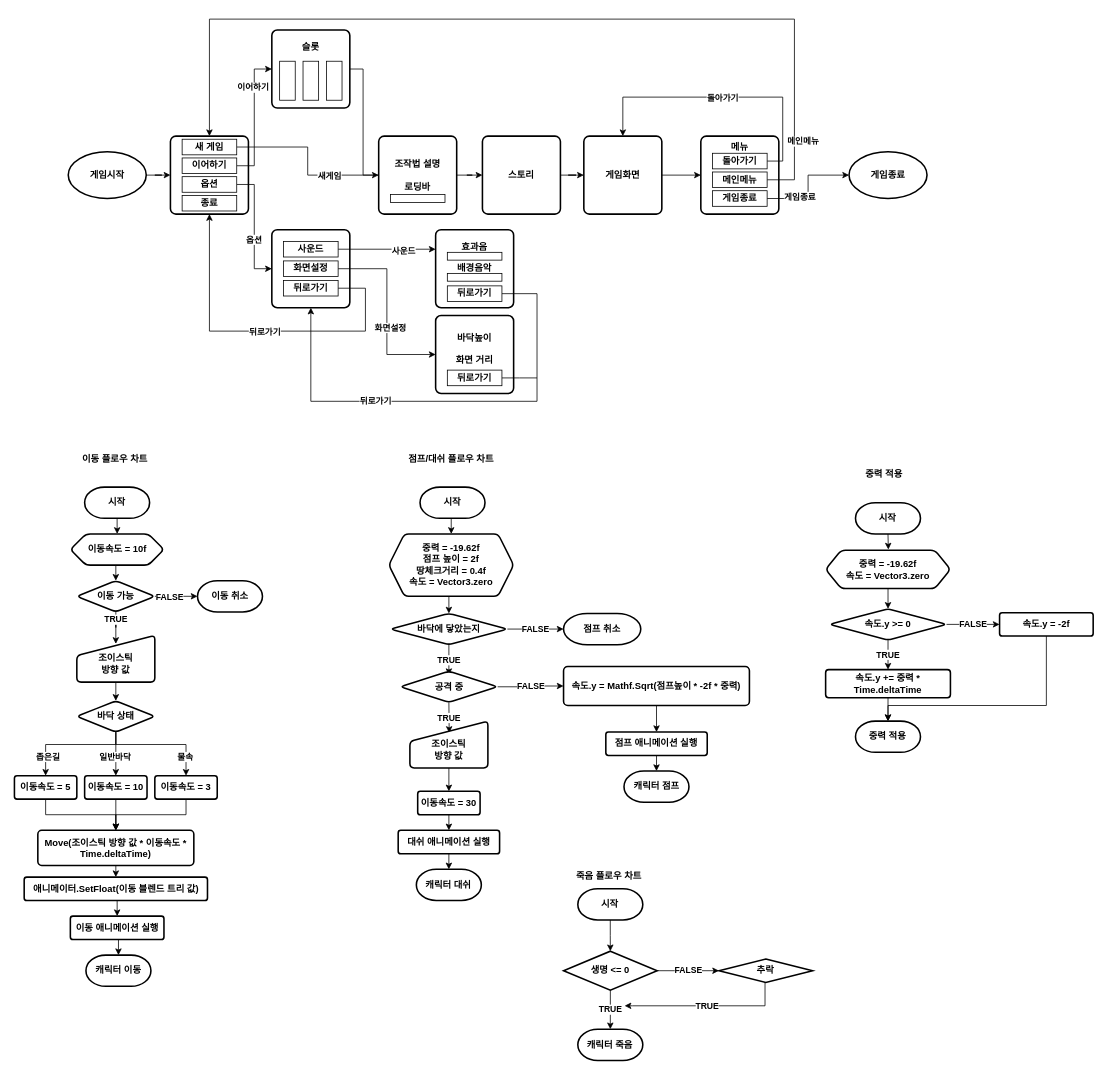
imjae/Holymole_Lee keeps this draw.io diagram as Untitled Diagram.drawio. Above is the earlier version. Source tidied: cells renumbered, new cells numbered last; positions are measured from the earlier drawing's top-left corner, leaving out a move shared by most shapes. Both pictures are drawn from the tidied source at 78%, with x=0, y=0 at pixel (14, 19).
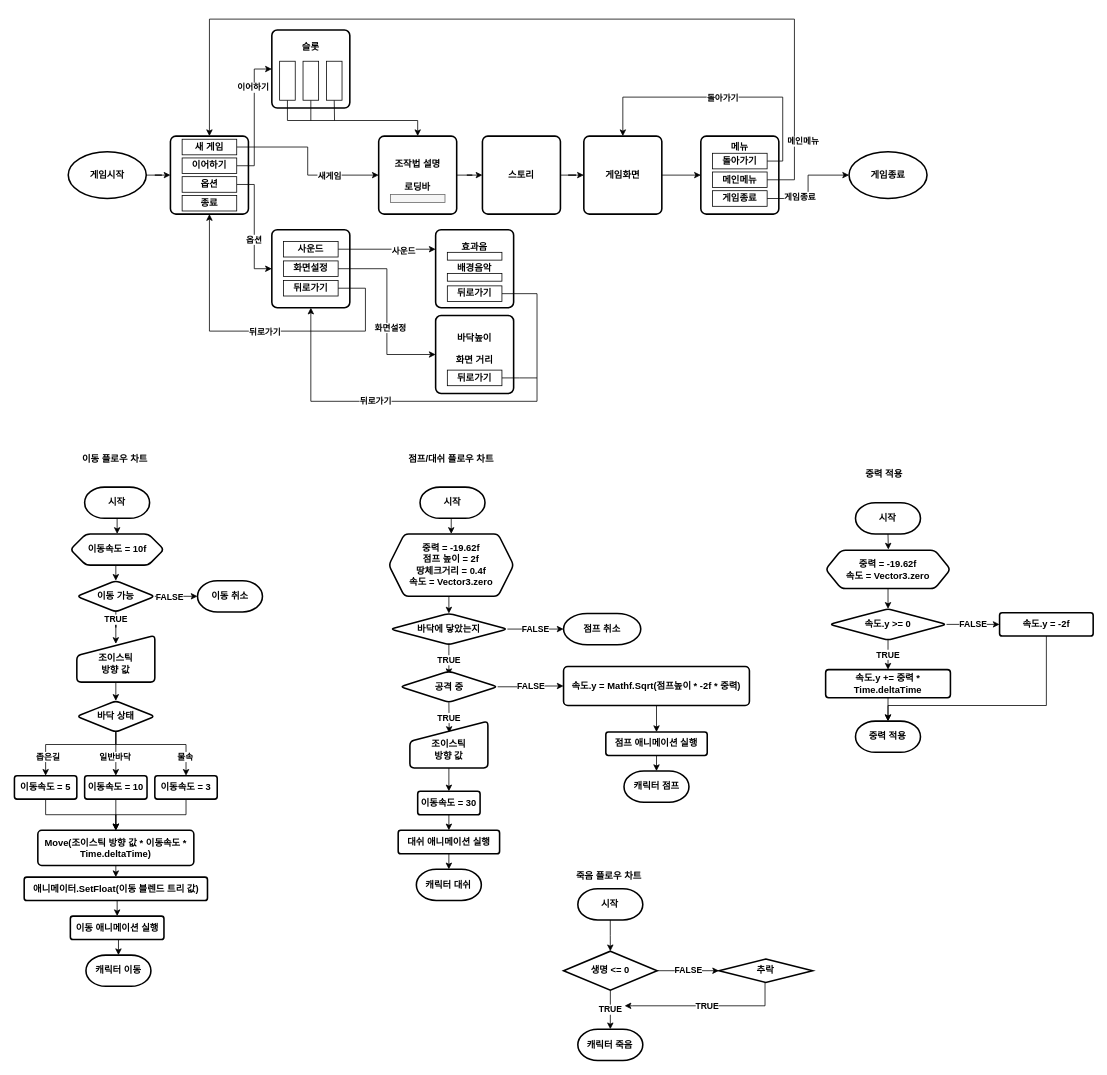
After the change.

Unchanged cells that the change refers to:
```xml
<mxCell id="3" value="조작법 설명&lt;br&gt;&lt;br&gt;로딩바" style="rounded=1;whiteSpace=wrap;html=1;absoluteArcSize=1;arcSize=14;strokeWidth=2;fontStyle=1;" parent="1" vertex="1">
  <mxGeometry x="467" y="150" width="100" height="100" as="geometry" />
</mxCell>
<mxCell id="12" value="새 게임" style="rounded=0;whiteSpace=wrap;html=1;fontStyle=1;" parent="1" vertex="1">
  <mxGeometry x="215" y="154" width="70" height="20" as="geometry" />
</mxCell>
<mxCell id="21" value="슬롯&lt;br&gt;&lt;br&gt;&lt;br&gt;&lt;br&gt;&lt;br&gt;" style="rounded=1;whiteSpace=wrap;html=1;absoluteArcSize=1;arcSize=14;strokeWidth=2;fontStyle=1;" parent="1" vertex="1">
  <mxGeometry x="330" y="14" width="100" height="100" as="geometry" />
</mxCell>
<mxCell id="22" style="rounded=0;whiteSpace=wrap;html=1;fontStyle=1;" parent="1" vertex="1">
  <mxGeometry x="340" y="54" width="20" height="50" as="geometry" />
</mxCell>
<mxCell id="23" style="rounded=0;whiteSpace=wrap;html=1;fontStyle=1;" parent="1" vertex="1">
  <mxGeometry x="370" y="54" width="20" height="50" as="geometry" />
</mxCell>
<mxCell id="24" style="rounded=0;whiteSpace=wrap;html=1;fontStyle=1;" parent="1" vertex="1">
  <mxGeometry x="400" y="54" width="20" height="50" as="geometry" />
</mxCell>
```

Change to the diagram source:
```diff
@@
-    <mxCell id="8" style="rounded=0;whiteSpace=wrap;html=1;fontStyle=1;" parent="1" vertex="1">
+    <mxCell id="8" style="rounded=0;whiteSpace=wrap;html=1;fontStyle=1;fillColor=#f5f5f5;fontColor=#333333;strokeColor=#666666;" parent="1" vertex="1">
       <mxGeometry x="482" y="225" width="70" height="10" as="geometry" />
     </mxCell>
@@
-    <mxCell id="10" style="edgeStyle=orthogonalEdgeStyle;rounded=0;jettySize=auto;html=1;exitX=1;exitY=0.5;exitDx=0;exitDy=0;entryX=0;entryY=0.5;entryDx=0;entryDy=0;endArrow=none;endFill=0;fontStyle=1;" parent="1" edge="1" source="12" target="3">
+    <mxCell id="10" style="edgeStyle=orthogonalEdgeStyle;rounded=0;jettySize=auto;html=1;exitX=1;exitY=0.5;exitDx=0;exitDy=0;entryX=0;entryY=0.5;entryDx=0;entryDy=0;endArrow=classic;endFill=1;fontStyle=1;" parent="1" edge="1" source="12" target="3">
       <mxGeometry relative="1" as="geometry" />
     </mxCell>
@@
-    <mxCell id="20" style="edgeStyle=orthogonalEdgeStyle;rounded=0;jettySize=auto;html=1;entryX=0;entryY=0.5;entryDx=0;entryDy=0;fontStyle=1;" parent="1" edge="1" source="21" target="3">
-      <mxGeometry relative="1" as="geometry">
-        <Array as="points">
-          <mxPoint x="447" y="64" />
-          <mxPoint x="447" y="200" />
-        </Array>
-      </mxGeometry>
-    </mxCell>
@@
+    <mxCell id="135" style="edgeStyle=orthogonalEdgeStyle;rounded=0;jettySize=auto;html=1;exitX=0.5;exitY=1;exitDx=0;exitDy=0;entryX=0.5;entryY=0;entryDx=0;entryDy=0;endArrow=classic;endFill=1;" parent="1" edge="1" source="22" target="3">
+      <mxGeometry relative="1" as="geometry">
+        <Array as="points">
+          <mxPoint x="350" y="130" />
+          <mxPoint x="517" y="130" />
+        </Array>
+      </mxGeometry>
+    </mxCell>
@@
+    <mxCell id="136" style="edgeStyle=orthogonalEdgeStyle;rounded=0;jettySize=auto;html=1;exitX=0.5;exitY=1;exitDx=0;exitDy=0;endArrow=none;endFill=0;" parent="1" edge="1" source="23">
+      <mxGeometry relative="1" as="geometry">
+        <mxPoint x="380" y="130" as="targetPoint" />
+      </mxGeometry>
+    </mxCell>
@@
+    <mxCell id="137" style="edgeStyle=orthogonalEdgeStyle;rounded=0;jettySize=auto;html=1;exitX=0.5;exitY=1;exitDx=0;exitDy=0;endArrow=none;endFill=0;" parent="1" edge="1" source="24">
+      <mxGeometry relative="1" as="geometry">
+        <mxPoint x="410.4" y="130" as="targetPoint" />
+      </mxGeometry>
+    </mxCell>
```
